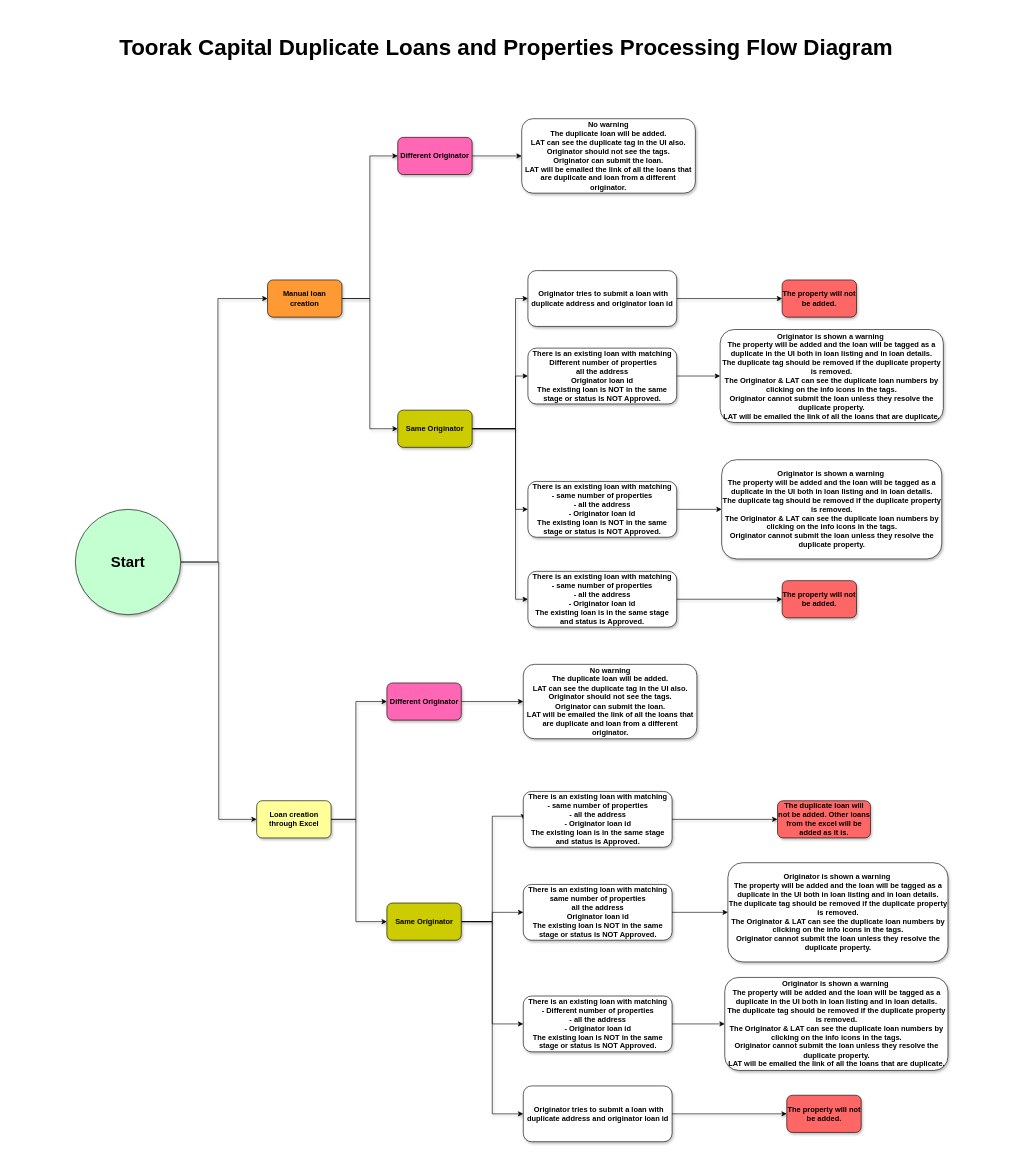
This is Toorak Duplicate Loans Creation Flow Diagram.drawio from MohammedFazuluddin/test, a draw.io file, before an edit. Source tidied: cells renumbered, new cells numbered last; positions are measured from the earlier drawing's top-left corner, leaving out a move shared by most shapes. Both pictures are drawn from the tidied source at 62%, with x=0, y=0 at pixel (13, 13).
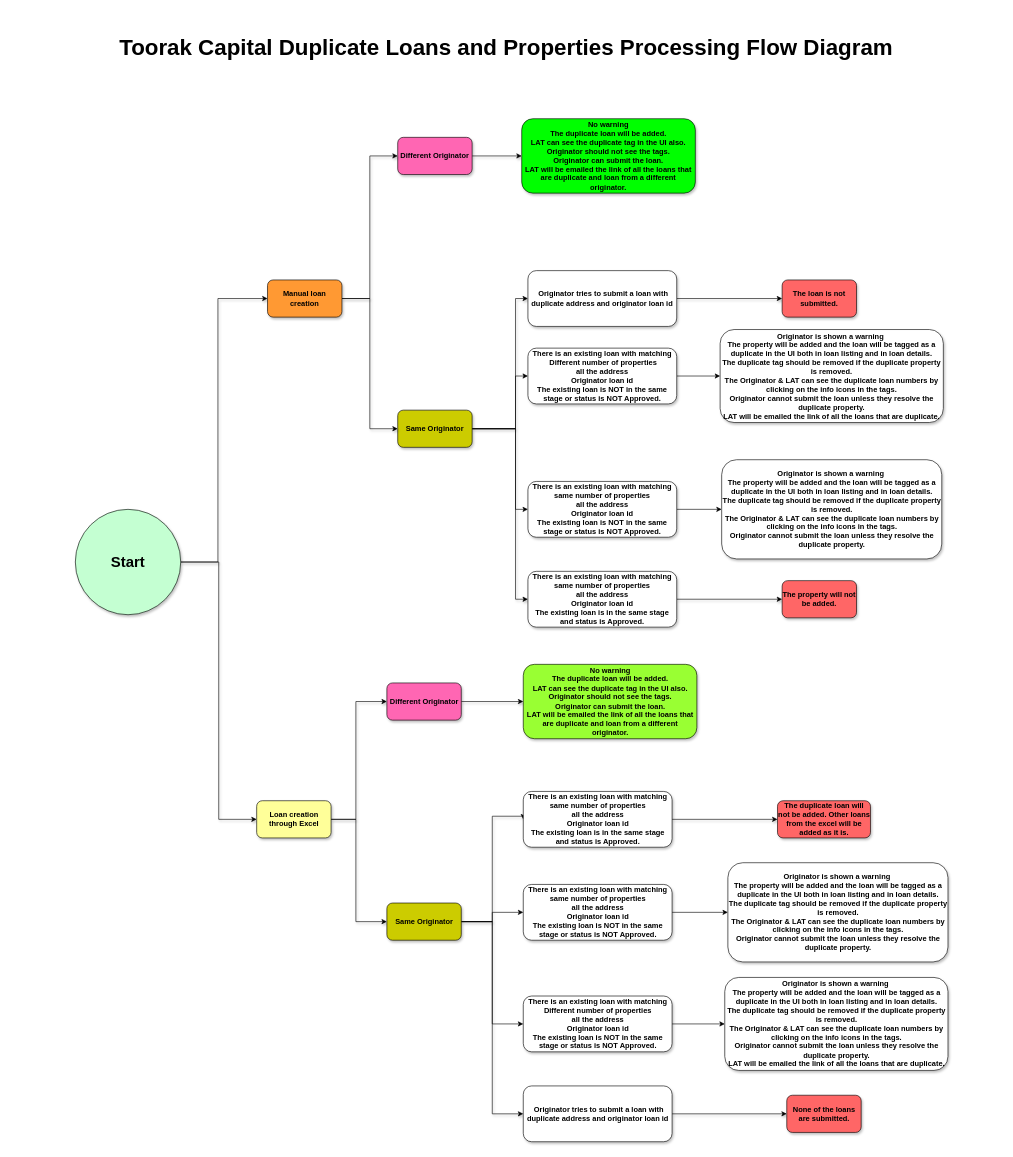
Above is the later version.

Diff of the diagram source:
```diff
@@
-    <mxCell id="23" value="&lt;div&gt;There is an existing loan with matching&lt;/div&gt;&lt;div&gt;- same number of properties&lt;/div&gt;&lt;div&gt;- all the address&lt;/div&gt;&lt;div&gt;- Originator loan id&lt;/div&gt;&lt;div&gt;The existing loan is in the same stage and status is Approved.&lt;/div&gt;" style="rounded=1;whiteSpace=wrap;html=1;fontStyle=1;shadow=1;" parent="1" vertex="1">
+    <mxCell id="23" value="&lt;div&gt;There is an existing loan with matching&lt;/div&gt;&lt;div&gt;same number of properties&lt;/div&gt;&lt;div&gt;all the address&lt;/div&gt;&lt;div&gt;Originator loan id&lt;/div&gt;&lt;div&gt;The existing loan is in the same stage and status is Approved.&lt;/div&gt;" style="rounded=1;whiteSpace=wrap;html=1;fontStyle=1;shadow=1;" parent="1" vertex="1">
       <mxGeometry x="830" y="900" width="240" height="90" as="geometry" />
     </mxCell>
@@
-    <mxCell id="26" value="&lt;div&gt;There is an existing loan with matching&lt;/div&gt;&lt;div&gt;- same number of properties&lt;/div&gt;&lt;div&gt;- all the address&lt;/div&gt;&lt;div&gt;- Originator loan id&lt;/div&gt;&lt;div&gt;The existing loan is NOT in the same stage or status is NOT Approved.&lt;/div&gt;" style="rounded=1;whiteSpace=wrap;html=1;fontStyle=1;shadow=1;" parent="1" vertex="1">
+    <mxCell id="26" value="&lt;div&gt;There is an existing loan with matching&lt;/div&gt;&lt;div&gt;same number of properties&lt;/div&gt;&lt;div&gt;all the address&lt;/div&gt;&lt;div&gt;Originator loan id&lt;/div&gt;&lt;div&gt;The existing loan is NOT in the same stage or status is NOT Approved.&lt;/div&gt;" style="rounded=1;whiteSpace=wrap;html=1;fontStyle=1;shadow=1;" parent="1" vertex="1">
       <mxGeometry x="830" y="755" width="240" height="90" as="geometry" />
     </mxCell>
@@
-    <mxCell id="33" value="The property will not be added." style="rounded=1;whiteSpace=wrap;html=1;fillColor=#FF6666;fontStyle=1;shadow=1;" parent="1" vertex="1">
+    <mxCell id="33" value="The loan is not submitted." style="rounded=1;whiteSpace=wrap;html=1;fillColor=#FF6666;fontStyle=1;shadow=1;" parent="1" vertex="1">
       <mxGeometry x="1240" y="430" width="120" height="60" as="geometry" />
     </mxCell>
@@
-    <mxCell id="35" value="&lt;div&gt;There is an existing loan with matching&lt;/div&gt;&lt;div&gt;- same number of properties&lt;/div&gt;&lt;div&gt;- all the address&lt;/div&gt;&lt;div&gt;- Originator loan id&lt;/div&gt;&lt;div&gt;The existing loan is in the same stage and status is Approved.&lt;/div&gt;" style="rounded=1;whiteSpace=wrap;html=1;fontStyle=1;shadow=1;" parent="1" vertex="1">
+    <mxCell id="35" value="&lt;div&gt;There is an existing loan with matching&lt;/div&gt;&lt;div&gt;same number of properties&lt;/div&gt;&lt;div&gt;all the address&lt;/div&gt;&lt;div&gt;Originator loan id&lt;/div&gt;&lt;div&gt;The existing loan is in the same stage and status is Approved.&lt;/div&gt;" style="rounded=1;whiteSpace=wrap;html=1;fontStyle=1;shadow=1;" parent="1" vertex="1">
       <mxGeometry x="822.5" y="1255" width="240" height="90" as="geometry" />
     </mxCell>
@@
-    <mxCell id="41" value="&lt;div&gt;There is an existing loan with matching&lt;/div&gt;&lt;div&gt;- Different number of properties&lt;/div&gt;&lt;div&gt;- all the address&lt;/div&gt;&lt;div&gt;- Originator loan id&lt;/div&gt;&lt;div&gt;The existing loan is NOT in the same stage or status is NOT Approved.&lt;/div&gt;" style="rounded=1;whiteSpace=wrap;html=1;fontStyle=1;shadow=1;" parent="1" vertex="1">
+    <mxCell id="41" value="&lt;div&gt;There is an existing loan with matching&lt;/div&gt;&lt;div&gt;Different number of properties&lt;/div&gt;&lt;div&gt;all the address&lt;/div&gt;&lt;div&gt;Originator loan id&lt;/div&gt;&lt;div&gt;The existing loan is NOT in the same stage or status is NOT Approved.&lt;/div&gt;" style="rounded=1;whiteSpace=wrap;html=1;fontStyle=1;shadow=1;" parent="1" vertex="1">
       <mxGeometry x="822.5" y="1585" width="240" height="90" as="geometry" />
     </mxCell>
@@
-    <mxCell id="45" value="The property will not be added." style="rounded=1;whiteSpace=wrap;html=1;fillColor=#FF6666;fontStyle=1;shadow=1;" parent="1" vertex="1">
+    <mxCell id="45" value="None of the loans are submitted." style="rounded=1;whiteSpace=wrap;html=1;fillColor=#FF6666;fontStyle=1;shadow=1;" parent="1" vertex="1">
       <mxGeometry x="1247.5" y="1745" width="120" height="60" as="geometry" />
     </mxCell>
-    <mxCell id="46" value="&lt;div&gt;No warning&lt;span&gt; &lt;/span&gt;&lt;/div&gt;&lt;div&gt;The duplicate loan will be added.&lt;/div&gt;&lt;div&gt;LAT can see the duplicate tag in the UI also. Originator should not see the tags.&lt;/div&gt;&lt;div&gt;Originator can submit the loan.&lt;/div&gt;&lt;div&gt;LAT will be emailed the link of all the loans that are duplicate and loan from a different originator.&lt;/div&gt;" style="rounded=1;whiteSpace=wrap;html=1;fontStyle=1;shadow=1;" parent="1" vertex="1">
+    <mxCell id="46" value="&lt;div&gt;No warning&lt;span&gt; &lt;/span&gt;&lt;/div&gt;&lt;div&gt;The duplicate loan will be added.&lt;/div&gt;&lt;div&gt;LAT can see the duplicate tag in the UI also. Originator should not see the tags.&lt;/div&gt;&lt;div&gt;Originator can submit the loan.&lt;/div&gt;&lt;div&gt;LAT will be emailed the link of all the loans that are duplicate and loan from a different originator.&lt;/div&gt;" style="rounded=1;whiteSpace=wrap;html=1;fontStyle=1;shadow=1;fillColor=#99FF33;" parent="1" vertex="1">
       <mxGeometry x="822.5" y="1050" width="280" height="120" as="geometry" />
     </mxCell>
-    <mxCell id="47" value="&lt;div&gt;No warning&lt;span&gt; &lt;/span&gt;&lt;/div&gt;&lt;div&gt;The duplicate loan will be added.&lt;/div&gt;&lt;div&gt;LAT can see the duplicate tag in the UI also. Originator should not see the tags.&lt;/div&gt;&lt;div&gt;Originator can submit the loan.&lt;/div&gt;&lt;div&gt;LAT will be emailed the link of all the loans that are duplicate and loan from a different originator.&lt;/div&gt;" style="rounded=1;whiteSpace=wrap;html=1;fontStyle=1;shadow=1;" parent="1" vertex="1">
+    <mxCell id="47" value="&lt;div&gt;No warning&lt;span&gt; &lt;/span&gt;&lt;/div&gt;&lt;div&gt;The duplicate loan will be added.&lt;/div&gt;&lt;div&gt;LAT can see the duplicate tag in the UI also. Originator should not see the tags.&lt;/div&gt;&lt;div&gt;Originator can submit the loan.&lt;/div&gt;&lt;div&gt;LAT will be emailed the link of all the loans that are duplicate and loan from a different originator.&lt;/div&gt;" style="rounded=1;whiteSpace=wrap;html=1;fontStyle=1;shadow=1;fillColor=#00FF00;" parent="1" vertex="1">
       <mxGeometry x="820" y="170" width="280" height="120" as="geometry" />
     </mxCell>
```
